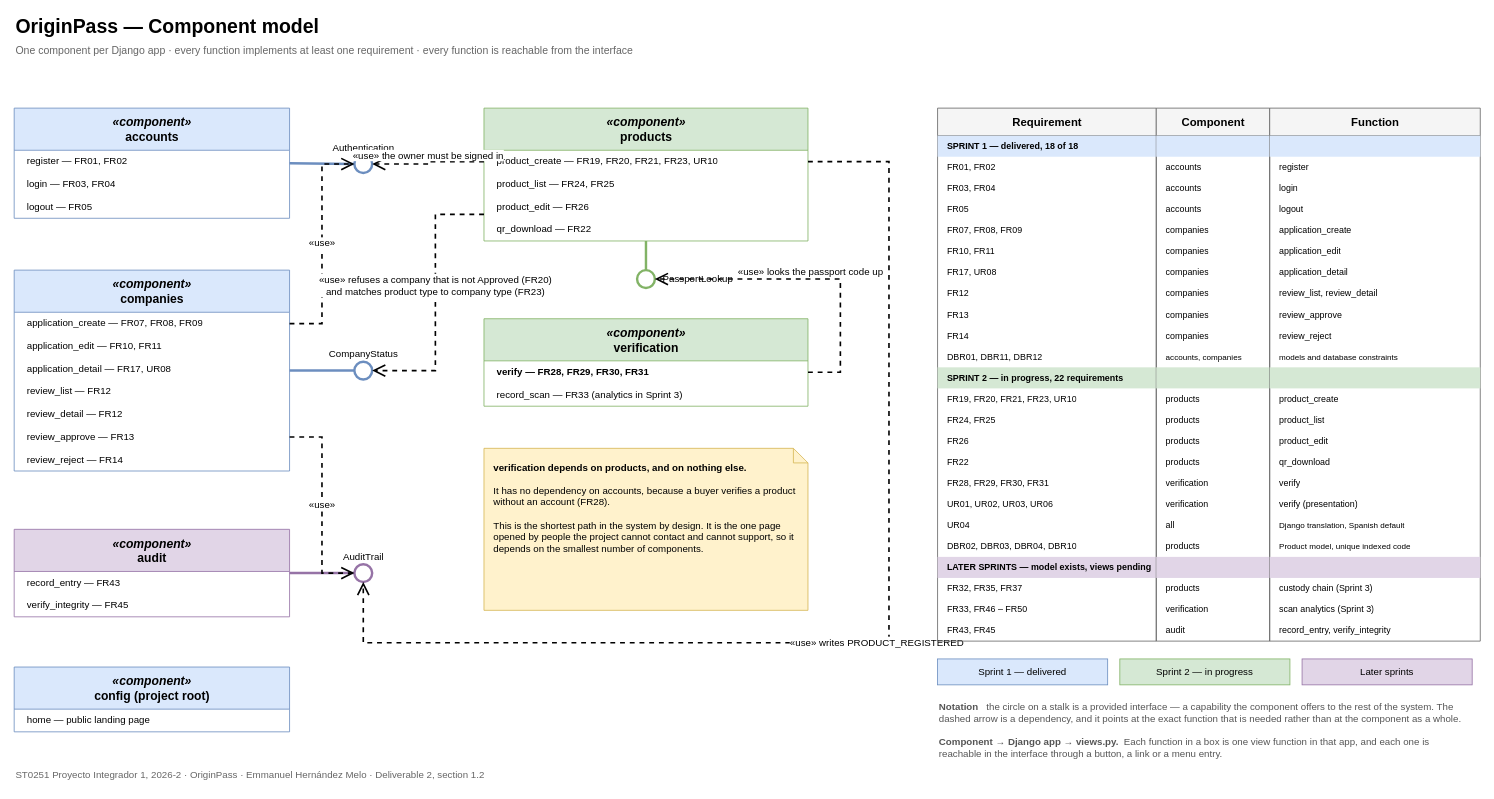
Earlier version of the draw.io diagram docs/diagrams/components-model.drawio (Pacha-e/OriginPass). Source tidied: cells renumbered, new cells numbered last; positions are measured from the earlier drawing's top-left corner, leaving out a move shared by most shapes. Both pictures are drawn from the tidied source at 81%, with x=0, y=0 at pixel (14, 14).
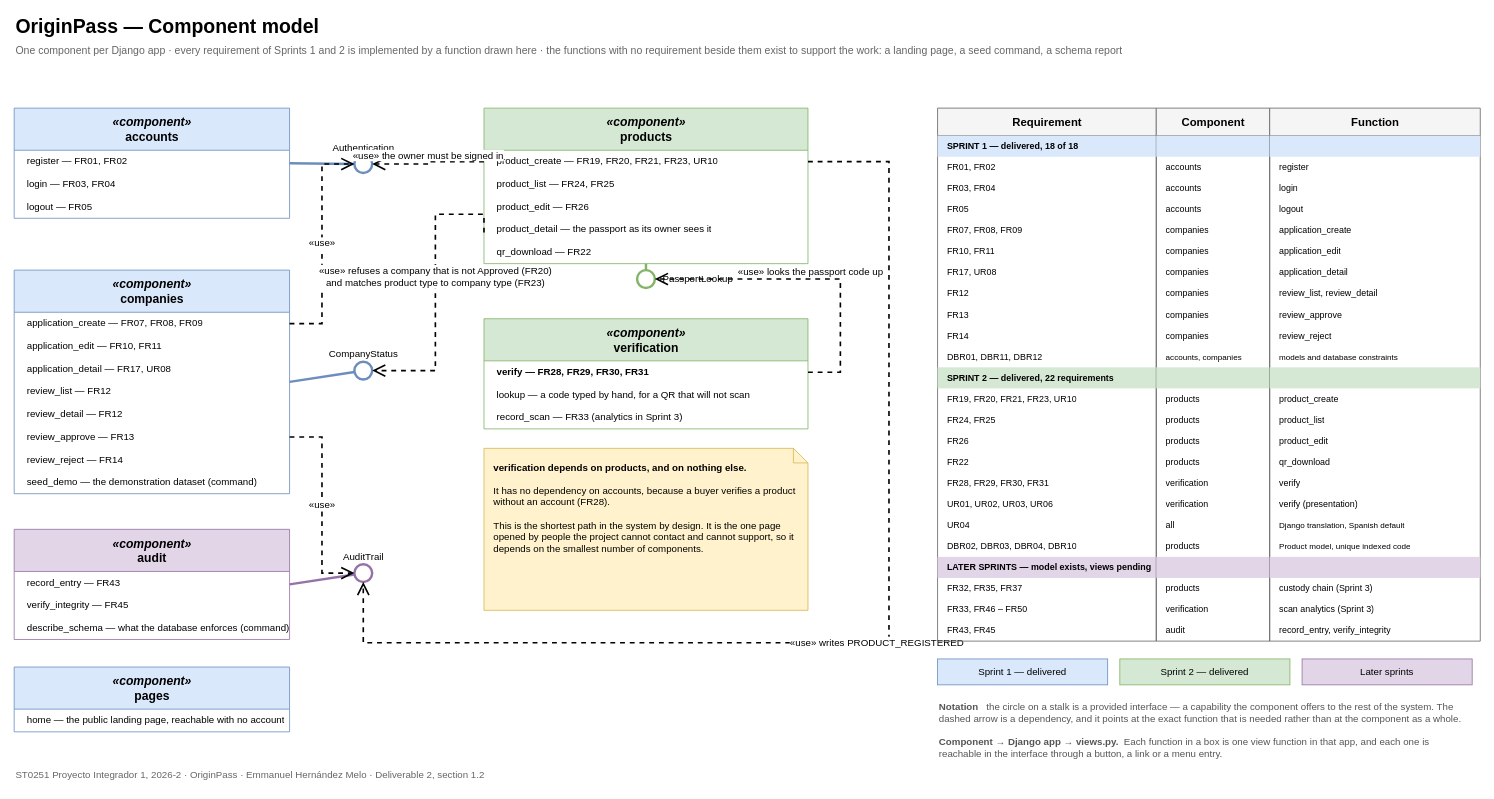
The same page after the edit.

Commit message (it also covers changes not shown here):
Make each diagram describe the system that exists

Unchanged cells that the change refers to:
```xml
<mxCell id="44" value="Requirement" style="swimlane;fontStyle=1;align=center;verticalAlign=middle;horizontal=1;startSize=34;html=1;fillColor=#f5f5f5;strokeColor=#666666;fontSize=14;" parent="1" vertex="1">
  <mxGeometry x="1140" y="116" width="270" height="658" as="geometry" />
</mxCell>
```

Diff of the diagram source:
```diff
@@
-    <mxCell id="3" value="One component per Django app · every function implements at least one requirement · every function is reachable from the interface" style="text;html=1;fontSize=13;fontColor=#666666;align=left;verticalAlign=middle;" parent="1" vertex="1">
+    <mxCell id="3" value="One component per Django app · every requirement of Sprints 1 and 2 is implemented by a function drawn here · the functions with no requirement beside them exist to support the work: a landing page, a seed command, a schema report" style="text;html=1;fontSize=13;fontColor=#666666;align=left;verticalAlign=middle;" parent="1" vertex="1">
       <mxGeometry y="34" width="1000" height="22" as="geometry" />
     </mxCell>
@@
     <mxCell id="8" value="&lt;i&gt;&amp;laquo;component&amp;raquo;&lt;/i&gt;&lt;br&gt;&lt;b&gt;companies&lt;/b&gt;" style="swimlane;align=center;verticalAlign=middle;horizontal=1;startSize=52;html=1;fillColor=#dae8fc;strokeColor=#6c8ebf;fontSize=15;" parent="1" vertex="1">
-      <mxGeometry y="316" width="340" height="248" as="geometry" />
+      <mxGeometry y="316" width="340" height="276" as="geometry" />
     </mxCell>
@@
+    <mxCell id="124" value="seed_demo  —  the demonstration dataset (command)" style="text;strokeColor=none;fillColor=none;align=left;verticalAlign=middle;spacingLeft=14;overflow=hidden;html=1;fontSize=12;" parent="8" vertex="1">
+      <mxGeometry y="248" width="340" height="28" as="geometry" />
+    </mxCell>
     <mxCell id="16" value="&lt;i&gt;&amp;laquo;component&amp;raquo;&lt;/i&gt;&lt;br&gt;&lt;b&gt;audit&lt;/b&gt;" style="swimlane;align=center;verticalAlign=middle;horizontal=1;startSize=52;html=1;fillColor=#e1d5e7;strokeColor=#9673a6;fontSize=15;" parent="1" vertex="1">
-      <mxGeometry y="636" width="340" height="108" as="geometry" />
+      <mxGeometry y="636" width="340" height="136" as="geometry" />
     </mxCell>
@@
+    <mxCell id="125" value="describe_schema  —  what the database enforces (command)" style="text;strokeColor=none;fillColor=none;align=left;verticalAlign=middle;spacingLeft=14;overflow=hidden;html=1;fontSize=12;" parent="16" vertex="1">
+      <mxGeometry y="108" width="340" height="28" as="geometry" />
+    </mxCell>
-    <mxCell id="19" value="&lt;i&gt;&amp;laquo;component&amp;raquo;&lt;/i&gt;&lt;br&gt;&lt;b&gt;config&lt;/b&gt;  (project root)" style="swimlane;align=center;verticalAlign=middle;horizontal=1;startSize=52;html=1;fillColor=#dae8fc;strokeColor=#6c8ebf;fontSize=15;" parent="1" vertex="1">
+    <mxCell id="19" value="&lt;i&gt;&amp;laquo;component&amp;raquo;&lt;/i&gt;&lt;br&gt;&lt;b&gt;pages&lt;/b&gt;" style="swimlane;align=center;verticalAlign=middle;horizontal=1;startSize=52;html=1;fillColor=#dae8fc;strokeColor=#6c8ebf;fontSize=15;" parent="1" vertex="1">
       <mxGeometry y="806" width="340" height="80" as="geometry" />
     </mxCell>
-    <mxCell id="20" value="home  —  public landing page" style="text;strokeColor=none;fillColor=none;align=left;verticalAlign=middle;spacingLeft=14;overflow=hidden;html=1;fontSize=12;" parent="19" vertex="1">
+    <mxCell id="20" value="home  —  the public landing page, reachable with no account" style="text;strokeColor=none;fillColor=none;align=left;verticalAlign=middle;spacingLeft=14;overflow=hidden;html=1;fontSize=12;" parent="19" vertex="1">
       <mxGeometry y="52" width="340" height="28" as="geometry" />
     </mxCell>
     <mxCell id="21" value="&lt;i&gt;&amp;laquo;component&amp;raquo;&lt;/i&gt;&lt;br&gt;&lt;b&gt;products&lt;/b&gt;" style="swimlane;align=center;verticalAlign=middle;horizontal=1;startSize=52;html=1;fillColor=#d5e8d4;strokeColor=#82b366;fontSize=15;" parent="1" vertex="1">
-      <mxGeometry x="580" y="116" width="400" height="164" as="geometry" />
+      <mxGeometry x="580" y="116" width="400" height="192" as="geometry" />
     </mxCell>
@@
+    <mxCell id="126" value="product_detail  —  the passport as its owner sees it" style="text;strokeColor=none;fillColor=none;align=left;verticalAlign=middle;spacingLeft=14;overflow=hidden;html=1;fontSize=12;" parent="21" vertex="1">
+      <mxGeometry y="136" width="400" height="28" as="geometry" />
+    </mxCell>
     <mxCell id="25" value="qr_download  —  FR22" style="text;strokeColor=none;fillColor=none;align=left;verticalAlign=middle;spacingLeft=14;overflow=hidden;html=1;fontSize=12;" parent="21" vertex="1">
-      <mxGeometry y="136" width="400" height="28" as="geometry" />
+      <mxGeometry y="164" width="400" height="28" as="geometry" />
     </mxCell>
     <mxCell id="26" value="&lt;i&gt;&amp;laquo;component&amp;raquo;&lt;/i&gt;&lt;br&gt;&lt;b&gt;verification&lt;/b&gt;" style="swimlane;align=center;verticalAlign=middle;horizontal=1;startSize=52;html=1;fillColor=#d5e8d4;strokeColor=#82b366;fontSize=15;" parent="1" vertex="1">
-      <mxGeometry x="580" y="376" width="400" height="108" as="geometry" />
+      <mxGeometry x="580" y="376" width="400" height="136" as="geometry" />
     </mxCell>
@@
+    <mxCell id="127" value="lookup  —  a code typed by hand, for a QR that will not scan" style="text;strokeColor=none;fillColor=none;align=left;verticalAlign=middle;spacingLeft=14;overflow=hidden;html=1;fontSize=12;" parent="26" vertex="1">
+      <mxGeometry y="80" width="400" height="28" as="geometry" />
+    </mxCell>
     <mxCell id="28" value="record_scan  —  FR33   (analytics in Sprint 3)" style="text;strokeColor=none;fillColor=none;align=left;verticalAlign=middle;spacingLeft=14;overflow=hidden;html=1;fontSize=12;" parent="26" vertex="1">
-      <mxGeometry y="80" width="400" height="28" as="geometry" />
+      <mxGeometry y="108" width="400" height="28" as="geometry" />
     </mxCell>
@@
-    <mxCell id="56" value="SPRINT 2 — in progress, 22 requirements" style="text;strokeColor=none;fillColor=#d5e8d4;align=left;verticalAlign=middle;spacingLeft=10;overflow=hidden;html=1;fontSize=11;fontStyle=1;" parent="44" vertex="1">
+    <mxCell id="56" value="SPRINT 2 — delivered, 22 requirements" style="text;strokeColor=none;fillColor=#d5e8d4;align=left;verticalAlign=middle;spacingLeft=10;overflow=hidden;html=1;fontSize=11;fontStyle=1;" parent="44" vertex="1">
       <mxGeometry y="320" width="270" height="26" as="geometry" />
     </mxCell>
@@
-    <mxCell id="120" value="Sprint 2 — in progress" style="rounded=0;whiteSpace=wrap;html=1;fillColor=#d5e8d4;strokeColor=#82b366;fontSize=12;" parent="1" vertex="1">
+    <mxCell id="120" value="Sprint 2 — delivered" style="rounded=0;whiteSpace=wrap;html=1;fillColor=#d5e8d4;strokeColor=#82b366;fontSize=12;" parent="1" vertex="1">
       <mxGeometry x="1365" y="796" width="210" height="32" as="geometry" />
     </mxCell>
```
